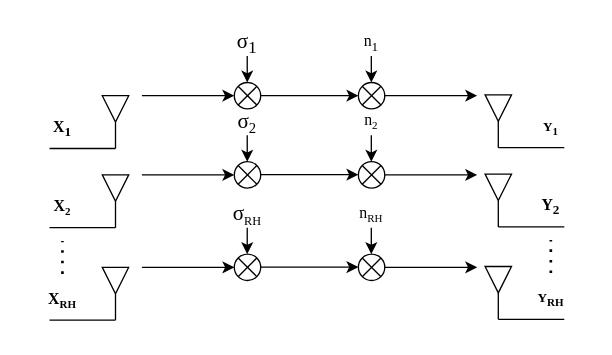
The draw.io diagram Diagram2.drawio in jianjian-AI/Hello-Github, before the edit. Source tidied: cells renumbered, new cells numbered last; positions are measured from the earlier drawing's top-left corner, leaving out a move shared by most shapes. Both pictures are drawn from the tidied source at 132%, with x=0, y=0 at pixel (22, 22).
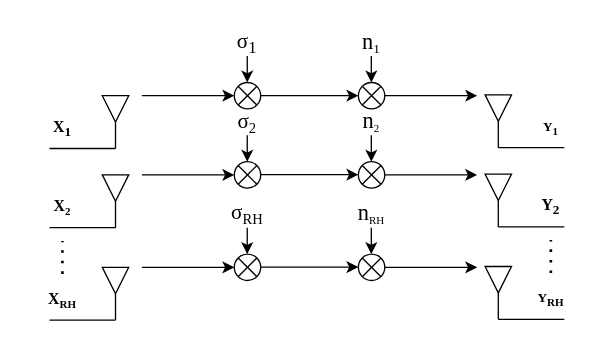
The same diagram, later.

What changed in the source:
```diff
@@
-    <mxCell id="26" value="&lt;span style=&quot;font-size: 12pt&quot;&gt;σ&lt;/span&gt;&lt;span style=&quot;font-size: 11.1111px&quot;&gt;&lt;sub&gt;RH&lt;/sub&gt;&lt;/span&gt;" style="text;html=1;strokeColor=none;fillColor=none;align=center;verticalAlign=middle;whiteSpace=wrap;rounded=0;fontFamily=Times New Roman;" parent="1" vertex="1">
+    <mxCell id="26" value="&lt;pre&gt;&lt;span style=&quot;font-size: 12pt&quot;&gt;&lt;font face=&quot;Times New Roman&quot;&gt;σ&lt;/font&gt;&lt;/span&gt;&lt;sub style=&quot;&quot;&gt;&lt;font face=&quot;Times New Roman&quot; style=&quot;font-size: 11px;&quot;&gt;RH&lt;/font&gt;&lt;/sub&gt;&lt;/pre&gt;" style="text;html=1;strokeColor=none;fillColor=none;align=center;verticalAlign=middle;whiteSpace=wrap;rounded=0;fontFamily=Times New Roman;" parent="1" vertex="1">
       <mxGeometry x="145" y="135" width="50" height="20" as="geometry" />
     </mxCell>
@@
-    <mxCell id="36" value="n&lt;sub&gt;1&lt;/sub&gt;" style="text;html=1;strokeColor=none;fillColor=none;align=center;verticalAlign=middle;whiteSpace=wrap;rounded=0;fontFamily=Times New Roman;" parent="1" vertex="1">
+    <mxCell id="36" value="&lt;font style=&quot;font-size: 17px;&quot;&gt;n&lt;/font&gt;&lt;sub&gt;1&lt;/sub&gt;" style="text;html=1;strokeColor=none;fillColor=none;align=center;verticalAlign=middle;whiteSpace=wrap;rounded=0;fontFamily=Times New Roman;" parent="1" vertex="1">
       <mxGeometry x="234" width="60" height="30" as="geometry" />
     </mxCell>
-    <mxCell id="37" value="n&lt;span style=&quot;font-size: 10px&quot;&gt;&lt;sub&gt;2&lt;/sub&gt;&lt;/span&gt;" style="text;html=1;strokeColor=none;fillColor=none;align=center;verticalAlign=middle;whiteSpace=wrap;rounded=0;fontFamily=Times New Roman;" parent="1" vertex="1">
+    <mxCell id="37" value="&lt;pre&gt;&lt;font face=&quot;Times New Roman&quot;&gt;&lt;font style=&quot;font-size: 17px;&quot;&gt;n&lt;/font&gt;&lt;span style=&quot;font-size: 10px&quot;&gt;&lt;sub&gt;2&lt;/sub&gt;&lt;/span&gt;&lt;/font&gt;&lt;/pre&gt;" style="text;html=1;strokeColor=none;fillColor=none;align=center;verticalAlign=middle;whiteSpace=wrap;rounded=0;fontFamily=Times New Roman;" parent="1" vertex="1">
       <mxGeometry x="234" y="60" width="60" height="30" as="geometry" />
     </mxCell>
-    <mxCell id="38" value="n&lt;span style=&quot;font-size: 10px&quot;&gt;&lt;sub&gt;RH&lt;/sub&gt;&lt;/span&gt;" style="text;html=1;strokeColor=none;fillColor=none;align=center;verticalAlign=middle;whiteSpace=wrap;rounded=0;fontFamily=Times New Roman;" parent="1" vertex="1">
+    <mxCell id="38" value="&lt;pre&gt;&lt;font face=&quot;Times New Roman&quot;&gt;&lt;font style=&quot;font-size: 17px;&quot;&gt;n&lt;/font&gt;&lt;span style=&quot;font-size: 10px&quot;&gt;&lt;sub&gt;RH&lt;/sub&gt;&lt;/span&gt;&lt;/font&gt;&lt;/pre&gt;" style="text;html=1;strokeColor=none;fillColor=none;align=center;verticalAlign=middle;whiteSpace=wrap;rounded=0;fontFamily=Times New Roman;" parent="1" vertex="1">
       <mxGeometry x="234" y="130" width="60" height="30" as="geometry" />
     </mxCell>
```
